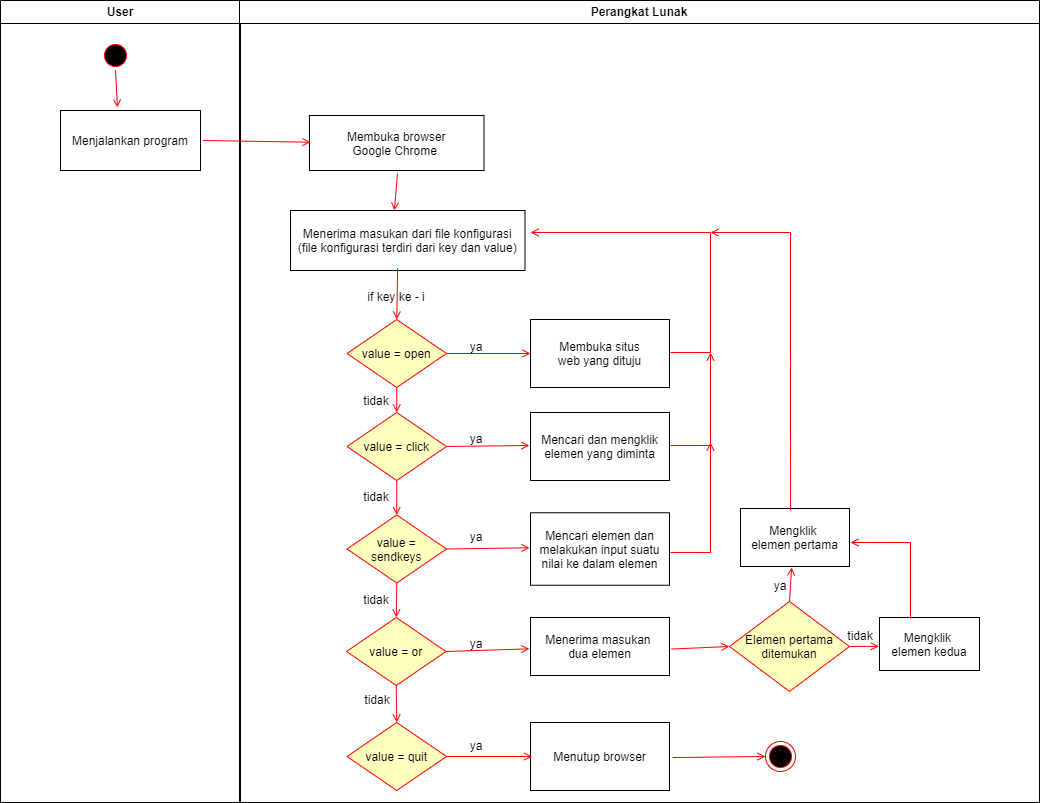
reinalta/Skripsi keeps this draw.io diagram as doc/DokumenSkripsi/Gambar/ActivityAplikasi.png. Above is the earlier version. Source tidied: cells renumbered, new cells last; positions are measured from the earlier drawing's top-left corner, leaving out a move shared by most shapes. Source of this version:
```xml
<mxGraphModel>
  <root>
    <mxCell id="0" />
    <mxCell id="1" parent="0" />
    <mxCell id="2" value="User" style="swimlane;whiteSpace=wrap;" parent="1" vertex="1">
      <mxGeometry width="240" height="802" as="geometry" />
    </mxCell>
    <mxCell id="3" style="ellipse;shape=startState;fillColor=#000000;strokeColor=#ff0000;" parent="2" vertex="1">
      <mxGeometry x="100" y="40" width="30" height="30" as="geometry" />
    </mxCell>
    <mxCell id="4" value="Menjalankan program" parent="2" vertex="1">
      <mxGeometry x="60" y="110" width="140" height="60" as="geometry" />
    </mxCell>
    <mxCell id="5" style="endArrow=open;strokeColor=#FF0000;endFill=1;rounded=0;exitX=0.5;exitY=1;exitDx=0;exitDy=0;entryX=0.407;entryY=-0.05;entryDx=0;entryDy=0;entryPerimeter=0;" parent="2" edge="1" source="3" target="4">
      <mxGeometry relative="1" as="geometry" />
    </mxCell>
    <mxCell id="6" value="Perangkat Lunak" style="swimlane;whiteSpace=wrap;" parent="1" vertex="1">
      <mxGeometry x="239" width="800" height="802" as="geometry" />
    </mxCell>
    <mxCell id="7" value="Membuka browser &#10;Google Chrome " parent="6" vertex="1">
      <mxGeometry x="70" y="115" width="174.5" height="55" as="geometry" />
    </mxCell>
    <mxCell id="8" value="Menerima masukan dari file konfigurasi &#10;(file konfigurasi terdiri dari key dan value)" parent="6" vertex="1">
      <mxGeometry x="51" y="210" width="234.5" height="60" as="geometry" />
    </mxCell>
    <mxCell id="9" value="value = open" style="rhombus;fillColor=#ffffc0;strokeColor=#ff0000;" parent="6" vertex="1">
      <mxGeometry x="107.5" y="319" width="99.5" height="68" as="geometry" />
    </mxCell>
    <mxCell id="10" value="Membuka situs &#10;web yang dituju" parent="6" vertex="1">
      <mxGeometry x="291" y="319" width="139" height="68" as="geometry" />
    </mxCell>
    <mxCell id="11" value="value = click" style="rhombus;fillColor=#ffffc0;strokeColor=#ff0000;" parent="6" vertex="1">
      <mxGeometry x="107.5" y="412" width="99.5" height="68" as="geometry" />
    </mxCell>
    <mxCell id="12" value="Mencari dan mengklik &#10;elemen yang diminta" parent="6" vertex="1">
      <mxGeometry x="291" y="412" width="139" height="68" as="geometry" />
    </mxCell>
    <mxCell id="13" value="Mencari elemen dan &#10;melakukan input suatu &#10;nilai ke dalam elemen" parent="6" vertex="1">
      <mxGeometry x="291" y="512.2" width="139" height="72.5" as="geometry" />
    </mxCell>
    <mxCell id="14" value="value = &#10;sendkeys" style="rhombus;fillColor=#ffffc0;strokeColor=#ff0000;" parent="6" vertex="1">
      <mxGeometry x="107.5" y="514.5" width="99.5" height="68" as="geometry" />
    </mxCell>
    <mxCell id="15" value="value = quit" style="rhombus;fillColor=#ffffc0;strokeColor=#ff0000;" parent="6" vertex="1">
      <mxGeometry x="107.5" y="722" width="99.5" height="68" as="geometry" />
    </mxCell>
    <mxCell id="16" value="Menutup browser" parent="6" vertex="1">
      <mxGeometry x="291" y="722" width="139" height="68" as="geometry" />
    </mxCell>
    <mxCell id="17" value="value = or" style="rhombus;fillColor=#ffffc0;strokeColor=#ff0000;" parent="6" vertex="1">
      <mxGeometry x="107" y="617" width="99.5" height="68" as="geometry" />
    </mxCell>
    <mxCell id="18" value="Menerima masukan &#10;dua elemen" parent="6" vertex="1">
      <mxGeometry x="291" y="617" width="139" height="58" as="geometry" />
    </mxCell>
    <mxCell id="19" value="Elemen pertama&#10;ditemukan" style="rhombus;fillColor=#ffffc0;strokeColor=#ff0000;" parent="6" vertex="1">
      <mxGeometry x="490" y="601" width="120" height="90" as="geometry" />
    </mxCell>
    <mxCell id="20" value="Mengklik &#10;elemen pertama" parent="6" vertex="1">
      <mxGeometry x="501" y="508" width="109" height="58" as="geometry" />
    </mxCell>
    <mxCell id="21" value="Mengklik &#10;elemen kedua" parent="6" vertex="1">
      <mxGeometry x="640" y="617" width="100" height="53" as="geometry" />
    </mxCell>
    <mxCell id="22" style="endArrow=open;strokeColor=#FF0000;endFill=1;rounded=0;entryX=0.5;entryY=0;entryDx=0;entryDy=0;exitX=0.457;exitY=0.96;exitDx=0;exitDy=0;exitPerimeter=0;" parent="6" edge="1" source="8" target="9">
      <mxGeometry relative="1" as="geometry" />
    </mxCell>
    <mxCell id="23" style="endArrow=open;strokeColor=#FF0000;endFill=1;rounded=0;exitX=0.5;exitY=1;exitDx=0;exitDy=0;entryX=0.5;entryY=0;entryDx=0;entryDy=0;" parent="6" edge="1" source="9" target="11">
      <mxGeometry relative="1" as="geometry" />
    </mxCell>
    <mxCell id="24" style="endArrow=open;strokeColor=#FF0000;endFill=1;rounded=0;entryX=0.5;entryY=0;entryDx=0;entryDy=0;exitX=0.5;exitY=1;exitDx=0;exitDy=0;" parent="6" edge="1" source="11" target="14">
      <mxGeometry relative="1" as="geometry" />
    </mxCell>
    <mxCell id="25" style="endArrow=open;strokeColor=#FF0000;endFill=1;rounded=0;exitX=0.5;exitY=1;exitDx=0;exitDy=0;entryX=0.5;entryY=0;entryDx=0;entryDy=0;" parent="6" edge="1" source="14" target="17">
      <mxGeometry relative="1" as="geometry" />
    </mxCell>
    <mxCell id="26" style="endArrow=open;strokeColor=#FF0000;endFill=1;rounded=0;exitX=0.5;exitY=1;exitDx=0;exitDy=0;entryX=0.5;entryY=0;entryDx=0;entryDy=0;" parent="6" edge="1" source="17" target="15">
      <mxGeometry relative="1" as="geometry" />
    </mxCell>
    <mxCell id="27" style="endArrow=open;strokeColor=#FF0000;endFill=1;rounded=0;exitX=1;exitY=0.5;exitDx=0;exitDy=0;entryX=0;entryY=0.5;entryDx=0;entryDy=0;entryPerimeter=0;" parent="6" edge="1" source="9" target="10">
      <mxGeometry relative="1" as="geometry" />
    </mxCell>
    <mxCell id="28" style="endArrow=open;strokeColor=#FF0000;endFill=1;rounded=0;exitX=1;exitY=0.5;exitDx=0;exitDy=0;entryX=-0.008;entryY=0.485;entryDx=0;entryDy=0;entryPerimeter=0;" parent="6" edge="1" source="11" target="12">
      <mxGeometry relative="1" as="geometry" />
    </mxCell>
    <mxCell id="29" style="endArrow=open;strokeColor=#FF0000;endFill=1;rounded=0;exitX=1;exitY=0.5;exitDx=0;exitDy=0;entryX=-0.007;entryY=0.483;entryDx=0;entryDy=0;entryPerimeter=0;" parent="6" edge="1" source="14" target="13">
      <mxGeometry relative="1" as="geometry" />
    </mxCell>
    <mxCell id="30" style="endArrow=open;strokeColor=#FF0000;endFill=1;rounded=0;exitX=1;exitY=0.5;exitDx=0;exitDy=0;entryX=-0.008;entryY=0.54;entryDx=0;entryDy=0;entryPerimeter=0;" parent="6" edge="1" source="17" target="18">
      <mxGeometry relative="1" as="geometry" />
    </mxCell>
    <mxCell id="31" style="endArrow=open;strokeColor=#FF0000;endFill=1;rounded=0;exitX=1;exitY=0.5;exitDx=0;exitDy=0;entryX=0.013;entryY=0.5;entryDx=0;entryDy=0;entryPerimeter=0;" parent="6" edge="1" source="15" target="16">
      <mxGeometry relative="1" as="geometry" />
    </mxCell>
    <mxCell id="32" style="endArrow=open;strokeColor=#FF0000;endFill=1;rounded=0;entryX=0;entryY=0.5;entryDx=0;entryDy=0;exitX=1.014;exitY=0.544;exitDx=0;exitDy=0;exitPerimeter=0;" parent="6" edge="1" source="18" target="19">
      <mxGeometry relative="1" as="geometry" />
    </mxCell>
    <mxCell id="33" style="endArrow=open;strokeColor=#FF0000;endFill=1;rounded=0;exitX=0.5;exitY=0;exitDx=0;exitDy=0;entryX=0.469;entryY=1.015;entryDx=0;entryDy=0;entryPerimeter=0;" parent="6" edge="1" source="19" target="20">
      <mxGeometry relative="1" as="geometry" />
    </mxCell>
    <mxCell id="34" style="endArrow=open;strokeColor=#FF0000;endFill=1;rounded=0;entryX=-0.006;entryY=0.544;entryDx=0;entryDy=0;entryPerimeter=0;exitX=1;exitY=0.5;exitDx=0;exitDy=0;" parent="6" edge="1" source="19" target="21">
      <mxGeometry relative="1" as="geometry" />
    </mxCell>
    <mxCell id="35" value="if key ke - i" style="text;html=1;strokeColor=none;fillColor=none;align=center;verticalAlign=middle;whiteSpace=wrap;rounded=0;" parent="6" vertex="1">
      <mxGeometry x="107" y="282" width="100" height="30" as="geometry" />
    </mxCell>
    <mxCell id="36" style="endArrow=open;strokeColor=#FF0000;endFill=1;rounded=0;exitX=0.504;exitY=1.055;exitDx=0;exitDy=0;entryX=0.443;entryY=0;entryDx=0;entryDy=0;entryPerimeter=0;exitPerimeter=0;" parent="6" edge="1" source="7" target="8">
      <mxGeometry relative="1" as="geometry" />
    </mxCell>
    <mxCell id="37" value="ya" style="text;html=1;strokeColor=none;fillColor=none;align=center;verticalAlign=middle;whiteSpace=wrap;rounded=0;" parent="6" vertex="1">
      <mxGeometry x="207" y="332" width="60" height="30" as="geometry" />
    </mxCell>
    <mxCell id="38" value="ya" style="text;html=1;strokeColor=none;fillColor=none;align=center;verticalAlign=middle;whiteSpace=wrap;rounded=0;" parent="6" vertex="1">
      <mxGeometry x="207" y="424" width="60" height="30" as="geometry" />
    </mxCell>
    <mxCell id="39" value="ya" style="text;html=1;strokeColor=none;fillColor=none;align=center;verticalAlign=middle;whiteSpace=wrap;rounded=0;" parent="6" vertex="1">
      <mxGeometry x="207" y="522" width="60" height="30" as="geometry" />
    </mxCell>
    <mxCell id="40" value="ya" style="text;html=1;strokeColor=none;fillColor=none;align=center;verticalAlign=middle;whiteSpace=wrap;rounded=0;" parent="6" vertex="1">
      <mxGeometry x="207" y="628.5" width="60" height="30" as="geometry" />
    </mxCell>
    <mxCell id="41" value="ya" style="text;html=1;strokeColor=none;fillColor=none;align=center;verticalAlign=middle;whiteSpace=wrap;rounded=0;" parent="6" vertex="1">
      <mxGeometry x="206.5" y="731" width="60" height="30" as="geometry" />
    </mxCell>
    <mxCell id="42" value="ya" style="text;html=1;strokeColor=none;fillColor=none;align=center;verticalAlign=middle;whiteSpace=wrap;rounded=0;" parent="6" vertex="1">
      <mxGeometry x="511" y="571" width="60" height="30" as="geometry" />
    </mxCell>
    <mxCell id="43" value="tidak" style="text;html=1;strokeColor=none;fillColor=none;align=center;verticalAlign=middle;whiteSpace=wrap;rounded=0;" parent="6" vertex="1">
      <mxGeometry x="591" y="621" width="60" height="30" as="geometry" />
    </mxCell>
    <mxCell id="44" style="ellipse;shape=endState;fillColor=#000000;strokeColor=#ff0000;" parent="6" vertex="1">
      <mxGeometry x="526" y="741" width="30" height="30" as="geometry" />
    </mxCell>
    <mxCell id="45" style="endArrow=open;strokeColor=#FF0000;endFill=1;rounded=0;entryX=0;entryY=0.5;entryDx=0;entryDy=0;exitX=1.022;exitY=0.515;exitDx=0;exitDy=0;exitPerimeter=0;" parent="6" edge="1" source="16" target="44">
      <mxGeometry relative="1" as="geometry" />
    </mxCell>
    <mxCell id="46" style="endArrow=open;strokeColor=#FF0000;endFill=1;rounded=0;exitX=1.007;exitY=0.485;exitDx=0;exitDy=0;exitPerimeter=0;" parent="6" edge="1" source="10">
      <mxGeometry relative="1" as="geometry">
        <mxPoint x="291" y="232" as="targetPoint" />
        <Array as="points">
          <mxPoint x="471" y="352" />
          <mxPoint x="471" y="232" />
        </Array>
      </mxGeometry>
    </mxCell>
    <mxCell id="47" style="endArrow=open;strokeColor=#FF0000;endFill=1;rounded=0;exitX=1.007;exitY=0.485;exitDx=0;exitDy=0;exitPerimeter=0;" parent="6" edge="1" source="12">
      <mxGeometry relative="1" as="geometry">
        <mxPoint x="471" y="352" as="targetPoint" />
        <Array as="points">
          <mxPoint x="471" y="445" />
        </Array>
      </mxGeometry>
    </mxCell>
    <mxCell id="48" style="endArrow=open;strokeColor=#FF0000;endFill=1;rounded=0;exitX=1.007;exitY=0.548;exitDx=0;exitDy=0;exitPerimeter=0;" parent="6" edge="1" source="13">
      <mxGeometry relative="1" as="geometry">
        <mxPoint x="471" y="442" as="targetPoint" />
        <Array as="points">
          <mxPoint x="471" y="552" />
        </Array>
      </mxGeometry>
    </mxCell>
    <mxCell id="49" style="endArrow=open;strokeColor=#FF0000;endFill=1;rounded=0;exitX=0.459;exitY=0.034;exitDx=0;exitDy=0;exitPerimeter=0;" parent="6" edge="1" source="20">
      <mxGeometry relative="1" as="geometry">
        <mxPoint x="471" y="232" as="targetPoint" />
        <Array as="points">
          <mxPoint x="551" y="442" />
          <mxPoint x="551" y="362" />
          <mxPoint x="551" y="232" />
        </Array>
      </mxGeometry>
    </mxCell>
    <mxCell id="50" style="endArrow=open;strokeColor=#FF0000;endFill=1;rounded=0;exitX=0.31;exitY=0.019;exitDx=0;exitDy=0;exitPerimeter=0;entryX=1.009;entryY=0.586;entryDx=0;entryDy=0;entryPerimeter=0;" parent="6" edge="1" source="21" target="20">
      <mxGeometry relative="1" as="geometry">
        <Array as="points">
          <mxPoint x="671" y="542" />
          <mxPoint x="641" y="542" />
        </Array>
      </mxGeometry>
    </mxCell>
    <mxCell id="51" value="tidak" style="text;html=1;strokeColor=none;fillColor=none;align=center;verticalAlign=middle;whiteSpace=wrap;rounded=0;" parent="6" vertex="1">
      <mxGeometry x="107" y="386" width="60" height="30" as="geometry" />
    </mxCell>
    <mxCell id="52" value="tidak" style="text;html=1;strokeColor=none;fillColor=none;align=center;verticalAlign=middle;whiteSpace=wrap;rounded=0;" parent="6" vertex="1">
      <mxGeometry x="107" y="482.2" width="60" height="30" as="geometry" />
    </mxCell>
    <mxCell id="53" value="tidak" style="text;html=1;strokeColor=none;fillColor=none;align=center;verticalAlign=middle;whiteSpace=wrap;rounded=0;" parent="6" vertex="1">
      <mxGeometry x="107" y="584.8" width="60" height="30" as="geometry" />
    </mxCell>
    <mxCell id="54" value="tidak" style="text;html=1;strokeColor=none;fillColor=none;align=center;verticalAlign=middle;whiteSpace=wrap;rounded=0;" parent="6" vertex="1">
      <mxGeometry x="107.5" y="685" width="60" height="30" as="geometry" />
    </mxCell>
    <mxCell id="55" style="endArrow=open;strokeColor=#FF0000;endFill=1;rounded=0;exitX=1.018;exitY=0.5;exitDx=0;exitDy=0;entryX=0.006;entryY=0.486;entryDx=0;entryDy=0;entryPerimeter=0;exitPerimeter=0;" parent="1" edge="1" source="4" target="7">
      <mxGeometry relative="1" as="geometry" />
    </mxCell>
  </root>
</mxGraphModel>
```
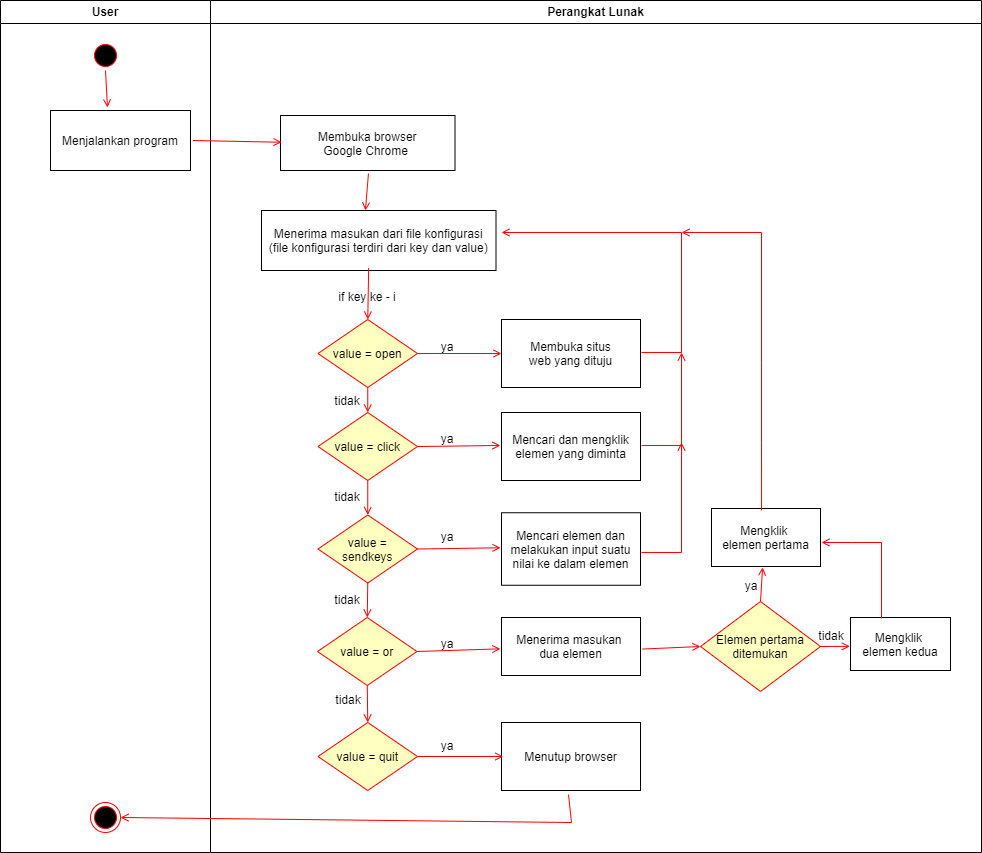
After the change.

The edit, as a diff of the source:
```diff
@@ -3,19 +3,22 @@
     <mxCell id="0" />
     <mxCell id="1" parent="0" />
     <mxCell id="2" value="User" style="swimlane;whiteSpace=wrap;" parent="1" vertex="1">
-      <mxGeometry width="240" height="802" as="geometry" />
+      <mxGeometry x="29" width="210" height="852" as="geometry" />
     </mxCell>
     <mxCell id="3" style="ellipse;shape=startState;fillColor=#000000;strokeColor=#ff0000;" parent="2" vertex="1">
-      <mxGeometry x="100" y="40" width="30" height="30" as="geometry" />
+      <mxGeometry x="90" y="40" width="30" height="30" as="geometry" />
     </mxCell>
     <mxCell id="4" value="Menjalankan program" parent="2" vertex="1">
-      <mxGeometry x="60" y="110" width="140" height="60" as="geometry" />
+      <mxGeometry x="50" y="110" width="140" height="60" as="geometry" />
     </mxCell>
     <mxCell id="5" style="endArrow=open;strokeColor=#FF0000;endFill=1;rounded=0;exitX=0.5;exitY=1;exitDx=0;exitDy=0;entryX=0.407;entryY=-0.05;entryDx=0;entryDy=0;entryPerimeter=0;" parent="2" edge="1" source="3" target="4">
       <mxGeometry relative="1" as="geometry" />
     </mxCell>
+    <mxCell id="44" style="ellipse;shape=endState;fillColor=#000000;strokeColor=#ff0000;" parent="2" vertex="1">
+      <mxGeometry x="90" y="802" width="30" height="30" as="geometry" />
+    </mxCell>
     <mxCell id="6" value="Perangkat Lunak" style="swimlane;whiteSpace=wrap;" parent="1" vertex="1">
-      <mxGeometry x="239" width="800" height="802" as="geometry" />
+      <mxGeometry x="239" width="771" height="852" as="geometry" />
     </mxCell>
     <mxCell id="7" value="Membuka browser &#10;Google Chrome " parent="6" vertex="1">
       <mxGeometry x="70" y="115" width="174.5" height="55" as="geometry" />
@@ -128,12 +131,6 @@
     <mxCell id="43" value="tidak" style="text;html=1;strokeColor=none;fillColor=none;align=center;verticalAlign=middle;whiteSpace=wrap;rounded=0;" parent="6" vertex="1">
       <mxGeometry x="591" y="621" width="60" height="30" as="geometry" />
     </mxCell>
-    <mxCell id="44" style="ellipse;shape=endState;fillColor=#000000;strokeColor=#ff0000;" parent="6" vertex="1">
-      <mxGeometry x="526" y="741" width="30" height="30" as="geometry" />
-    </mxCell>
-    <mxCell id="45" style="endArrow=open;strokeColor=#FF0000;endFill=1;rounded=0;entryX=0;entryY=0.5;entryDx=0;entryDy=0;exitX=1.022;exitY=0.515;exitDx=0;exitDy=0;exitPerimeter=0;" parent="6" edge="1" source="16" target="44">
-      <mxGeometry relative="1" as="geometry" />
-    </mxCell>
     <mxCell id="46" style="endArrow=open;strokeColor=#FF0000;endFill=1;rounded=0;exitX=1.007;exitY=0.485;exitDx=0;exitDy=0;exitPerimeter=0;" parent="6" edge="1" source="10">
       <mxGeometry relative="1" as="geometry">
         <mxPoint x="291" y="232" as="targetPoint" />
@@ -192,5 +189,12 @@
     <mxCell id="55" style="endArrow=open;strokeColor=#FF0000;endFill=1;rounded=0;exitX=1.018;exitY=0.5;exitDx=0;exitDy=0;entryX=0.006;entryY=0.486;entryDx=0;entryDy=0;entryPerimeter=0;exitPerimeter=0;" parent="1" edge="1" source="4" target="7">
       <mxGeometry relative="1" as="geometry" />
     </mxCell>
+    <mxCell id="45" style="endArrow=open;strokeColor=#FF0000;endFill=1;rounded=0;entryX=1;entryY=0.5;entryDx=0;entryDy=0;exitX=0.482;exitY=1.059;exitDx=0;exitDy=0;exitPerimeter=0;" parent="1" edge="1" source="16" target="44">
+      <mxGeometry relative="1" as="geometry">
+        <Array as="points">
+          <mxPoint x="600" y="822" />
+        </Array>
+      </mxGeometry>
+    </mxCell>
   </root>
 </mxGraphModel>
```
